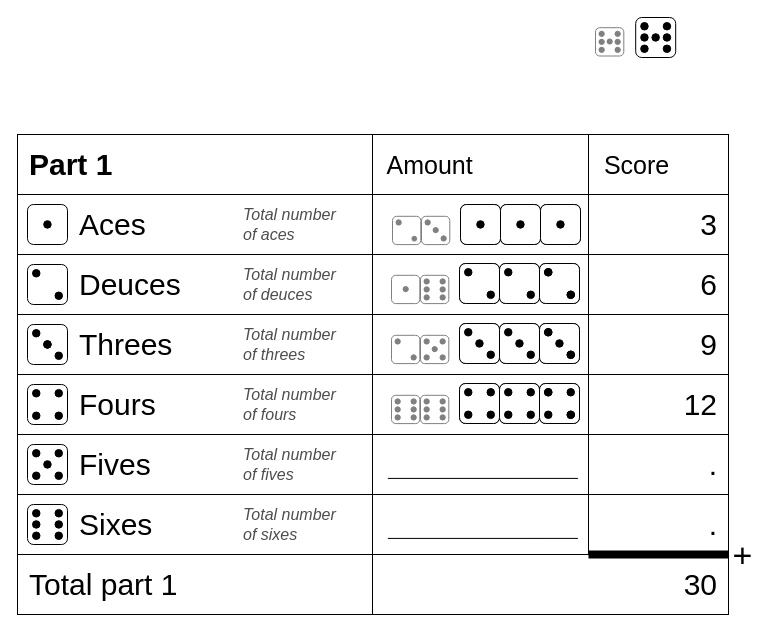
Above: Resource/Wireframes/part1-alt3.drawio in Marvin-Brouwer/five-dice (draw.io), before the change. Source tidied: cells renumbered, new cells numbered last; positions are measured from the earlier drawing's top-left corner, leaving out a move shared by most shapes. Both pictures are drawn from the tidied source at 100%, with x=0, y=0 at pixel (17, 17).
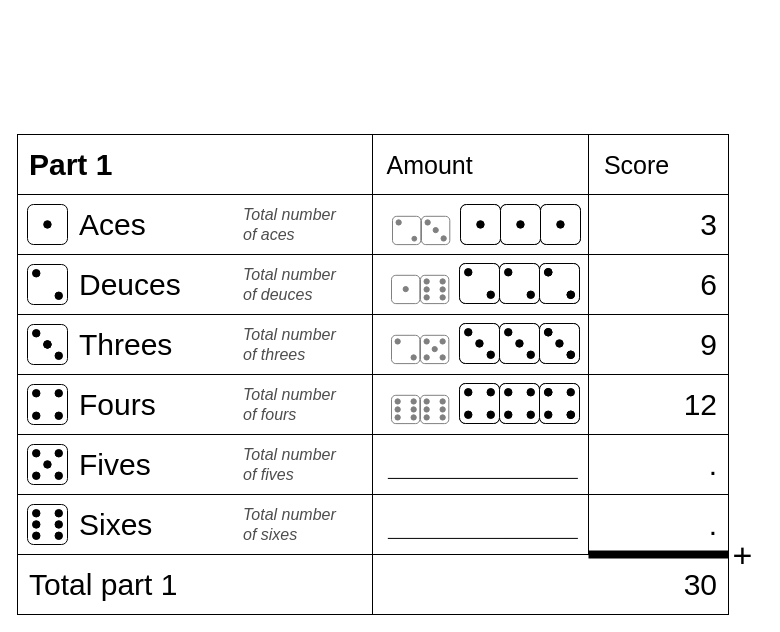
Above is the later version.

Change to the diagram source:
```diff
@@
-    <mxCell id="123" style="group;" parent="1" vertex="1">
-      <mxGeometry x="618.2" width="40" height="40" as="geometry" />
-    </mxCell>
-    <mxCell id="124" style="rounded=1;whiteSpace=wrap;html=1;" parent="123" vertex="1">
-      <mxGeometry width="40" height="40" as="geometry" />
-    </mxCell>
-    <mxCell id="125" style="ellipse;whiteSpace=wrap;html=1;fillColor=#000000;" parent="123" vertex="1">
-      <mxGeometry x="5" y="5" width="7.5" height="7.5" as="geometry" />
-    </mxCell>
-    <mxCell id="126" style="ellipse;whiteSpace=wrap;html=1;fillColor=#000000;" parent="123" vertex="1">
-      <mxGeometry x="27.5" y="27.5" width="7.5" height="7.5" as="geometry" />
-    </mxCell>
-    <mxCell id="127" style="ellipse;whiteSpace=wrap;html=1;fillColor=#000000;rotation=90;" parent="123" vertex="1">
-      <mxGeometry x="27.5" y="5" width="7.5" height="7.5" as="geometry" />
-    </mxCell>
-    <mxCell id="128" style="ellipse;whiteSpace=wrap;html=1;fillColor=#000000;rotation=90;" parent="123" vertex="1">
-      <mxGeometry x="5" y="27.5" width="7.5" height="7.5" as="geometry" />
-    </mxCell>
-    <mxCell id="129" style="ellipse;whiteSpace=wrap;html=1;fillColor=#000000;" parent="123" vertex="1">
-      <mxGeometry x="27.5" y="16.2" width="7.5" height="7.5" as="geometry" />
-    </mxCell>
-    <mxCell id="130" style="ellipse;whiteSpace=wrap;html=1;fillColor=#000000;" parent="123" vertex="1">
-      <mxGeometry x="5" y="16.2" width="7.5" height="7.5" as="geometry" />
-    </mxCell>
-    <mxCell id="131" style="ellipse;whiteSpace=wrap;html=1;fillColor=#000000;" parent="123" vertex="1">
-      <mxGeometry x="16.2" y="16.2" width="7.5" height="7.5" as="geometry" />
-    </mxCell>
-    <mxCell id="132" style="group;" parent="1" vertex="1">
-      <mxGeometry x="578" y="7.4" width="29" height="33.2" as="geometry" />
-    </mxCell>
-    <mxCell id="133" style="group;" parent="132" vertex="1">
-      <mxGeometry width="29" height="33.2" as="geometry" />
-    </mxCell>
-    <mxCell id="134" style="group;" parent="133" vertex="1">
-      <mxGeometry y="2.8" width="28.3" height="28.3" as="geometry" />
-    </mxCell>
-    <mxCell id="135" style="rounded=1;whiteSpace=wrap;html=1;strokeColor=#808080;" parent="134" vertex="1">
-      <mxGeometry width="28.3" height="28.3" as="geometry" />
-    </mxCell>
-    <mxCell id="136" style="ellipse;whiteSpace=wrap;html=1;fillColor=#808080;strokeColor=#808080;" parent="134" vertex="1">
-      <mxGeometry x="3.5" y="3.5" width="5.3" height="5.3" as="geometry" />
-    </mxCell>
-    <mxCell id="137" style="ellipse;whiteSpace=wrap;html=1;fillColor=#808080;strokeColor=#808080;" parent="134" vertex="1">
-      <mxGeometry x="19.5" y="19.5" width="5.3" height="5.3" as="geometry" />
-    </mxCell>
-    <mxCell id="138" style="ellipse;whiteSpace=wrap;html=1;fillColor=#808080;rotation=90;strokeColor=#808080;" parent="134" vertex="1">
-      <mxGeometry x="19.5" y="3.5" width="5.3" height="5.3" as="geometry" />
-    </mxCell>
-    <mxCell id="139" style="ellipse;whiteSpace=wrap;html=1;fillColor=#808080;rotation=90;strokeColor=#808080;" parent="134" vertex="1">
-      <mxGeometry x="3.5" y="19.5" width="5.3" height="5.3" as="geometry" />
-    </mxCell>
-    <mxCell id="140" style="ellipse;whiteSpace=wrap;html=1;fillColor=#808080;strokeColor=#808080;" parent="134" vertex="1">
-      <mxGeometry x="19.5" y="11.5" width="5.3" height="5.3" as="geometry" />
-    </mxCell>
-    <mxCell id="141" style="ellipse;whiteSpace=wrap;html=1;fillColor=#808080;strokeColor=#808080;" parent="134" vertex="1">
-      <mxGeometry x="3.5" y="11.5" width="5.3" height="5.3" as="geometry" />
-    </mxCell>
-    <mxCell id="142" style="ellipse;whiteSpace=wrap;html=1;fillColor=#808080;strokeColor=#808080;" parent="132" vertex="1">
-      <mxGeometry x="11.6" y="14" width="5.2" height="5.2" as="geometry" />
-    </mxCell>
```
